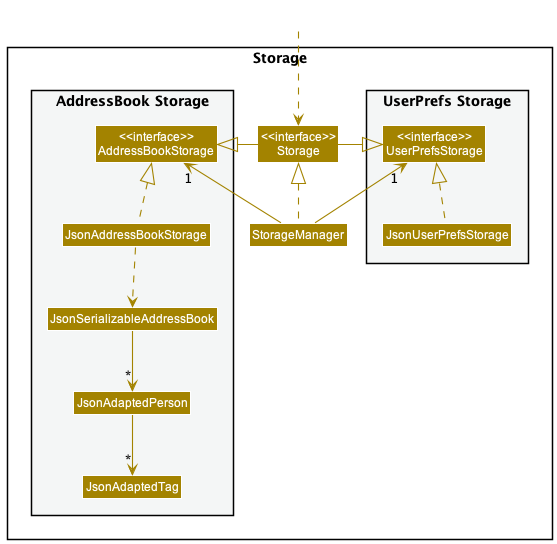
Earlier version of the PlantUML export docs/images/StorageClassDiagram.png (nus-cs2103-AY2223S1/tp).
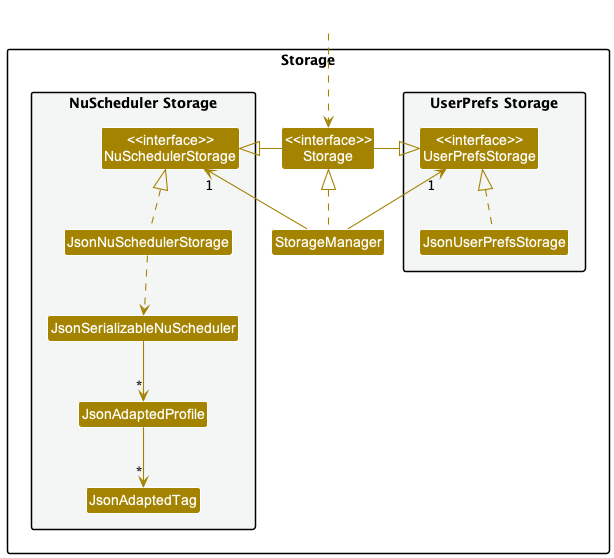
Later version of the same file.

Diff of the diagram source:
```diff
@@ -14,11 +14,11 @@
 Class "<<interface>>\nStorage" as Storage
 Class StorageManager
 
-package "AddressBook Storage" #F4F6F6{
-Class "<<interface>>\nAddressBookStorage" as AddressBookStorage
-Class JsonAddressBookStorage
-Class JsonSerializableAddressBook
-Class JsonAdaptedPerson
+package "NuScheduler Storage" #F4F6F6{
+Class "<<interface>>\nNuSchedulerStorage" as NuSchedulerStorage
+Class JsonNuSchedulerStorage
+Class JsonSerializableNuScheduler
+Class JsonAdaptedProfile
 Class JsonAdaptedTag
 }
 
@@ -29,15 +29,15 @@
 
 StorageManager .up.|> Storage
 StorageManager -up-> "1" UserPrefsStorage
-StorageManager -up-> "1" AddressBookStorage
+StorageManager -up-> "1" NuSchedulerStorage
 
 Storage -left-|> UserPrefsStorage
-Storage -right-|> AddressBookStorage
+Storage -right-|> NuSchedulerStorage
 
 JsonUserPrefsStorage .up.|> UserPrefsStorage
-JsonAddressBookStorage .up.|> AddressBookStorage
-JsonAddressBookStorage ..> JsonSerializableAddressBook
-JsonSerializableAddressBook --> "*" JsonAdaptedPerson
-JsonAdaptedPerson --> "*" JsonAdaptedTag
+JsonNuSchedulerStorage .up.|> NuSchedulerStorage
+JsonNuSchedulerStorage ..> JsonSerializableNuScheduler
+JsonSerializableNuScheduler --> "*" JsonAdaptedProfile
+JsonAdaptedProfile --> "*" JsonAdaptedTag
 
 @enduml
```
